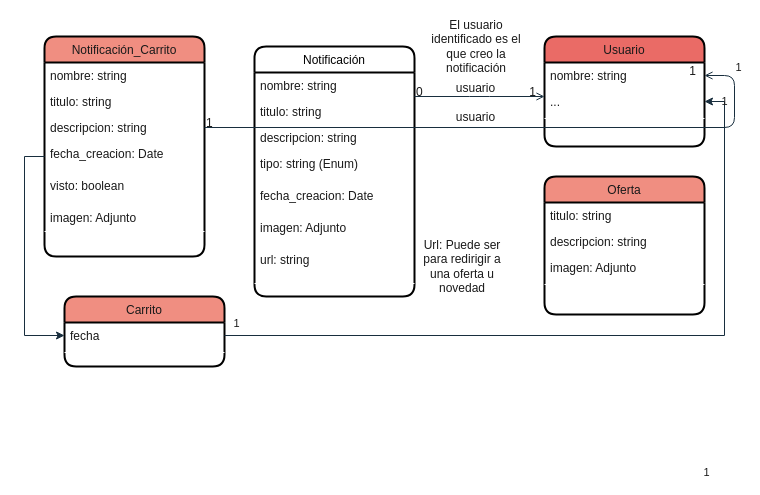
Earlier version of the draw.io diagram Diagrama BdD para Notificaciones.drawio (ariel0000/bar-app-diagrams). Source tidied: cells renumbered, new cells numbered last; positions are measured from the earlier drawing's top-left corner, leaving out a move shared by most shapes. Both pictures are drawn from the tidied source at 100%, with x=0, y=0 at pixel (44, 26).
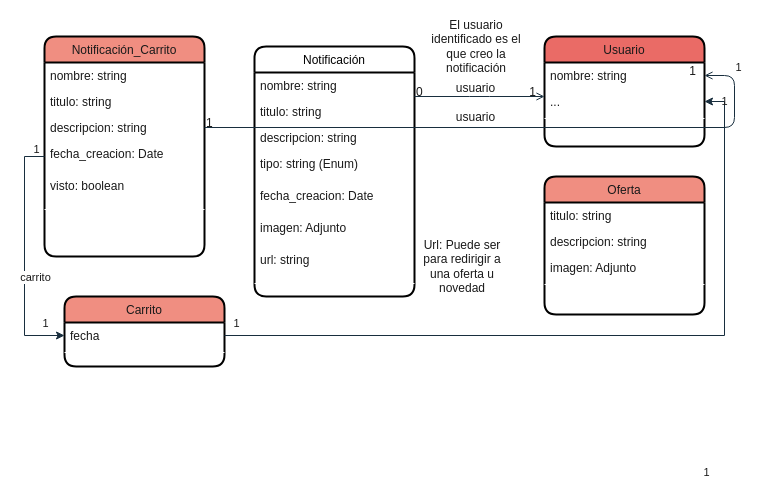
The same page after the edit.

The change refers to these unchanged cells:
```xml
<mxCell id="27" value="Notificación_Carrito" style="swimlane;fontStyle=0;align=center;verticalAlign=top;horizontal=1;startSize=26;rounded=1;shadow=0;strokeWidth=2;labelBackgroundColor=none;fillColor=#F08E81;strokeColor=light-dark(#000000,#000000);fontColor=#1A1A1A;" parent="1" vertex="1">
  <mxGeometry y="10" width="160" height="220" as="geometry" />
</mxCell>
<mxCell id="41" style="edgeStyle=orthogonalEdgeStyle;rounded=0;jettySize=auto;html=1;exitX=0;exitY=0.5;exitDx=0;exitDy=0;entryX=0;entryY=0.5;entryDx=0;entryDy=0;fontColor=default;labelBackgroundColor=none;strokeColor=#182E3E;" parent="1" edge="1" source="31" target="17">
  <mxGeometry relative="1" as="geometry" />
</mxCell>
```

What changed in the source:
```diff
@@
-    <mxCell id="33" value="imagen: Adjunto" style="text;align=left;verticalAlign=top;spacingLeft=4;spacingRight=4;overflow=hidden;labelBackgroundColor=none;rounded=1;fontColor=#1A1A1A;" parent="27" vertex="1">
-      <mxGeometry y="168" width="160" height="22" as="geometry" />
-    </mxCell>
     <mxCell id="34" style="line;html=1;strokeWidth=1;align=left;verticalAlign=middle;spacingTop=-1;spacingLeft=3;spacingRight=3;labelPosition=right;labelBackgroundColor=none;rounded=1;fillColor=#F08E81;strokeColor=#FFFFFF;fontColor=#1A1A1A;" parent="27" vertex="1">
-      <mxGeometry y="190" width="160" height="10" as="geometry" />
+      <mxGeometry y="168" width="160" height="10" as="geometry" />
     </mxCell>
@@
+    <mxCell id="47" value="1" style="edgeLabel;html=1;align=center;verticalAlign=middle;strokeColor=#FFFFFF;fontColor=#1A1A1A;fillColor=#F08E81;" parent="41" vertex="1">
+      <mxGeometry x="0.73" y="1" relative="1" as="geometry">
+        <mxPoint x="12" y="-12" as="offset" />
+      </mxGeometry>
+    </mxCell>
+    <mxCell id="48" value="carrito" style="edgeLabel;html=1;align=center;verticalAlign=middle;strokeColor=#FFFFFF;fontColor=#1A1A1A;fillColor=#F08E81;" parent="41" vertex="1">
+      <mxGeometry x="0.04" y="-1" relative="1" as="geometry">
+        <mxPoint x="11" y="16" as="offset" />
+      </mxGeometry>
+    </mxCell>
@@
+    <mxCell id="49" value="1" style="edgeLabel;html=1;align=center;verticalAlign=middle;strokeColor=#FFFFFF;fontColor=#1A1A1A;fillColor=#F08E81;" parent="1" vertex="1">
+      <mxGeometry x="10" y="306" as="geometry">
+        <mxPoint x="-19" y="-184" as="offset" />
+      </mxGeometry>
+    </mxCell>
```
